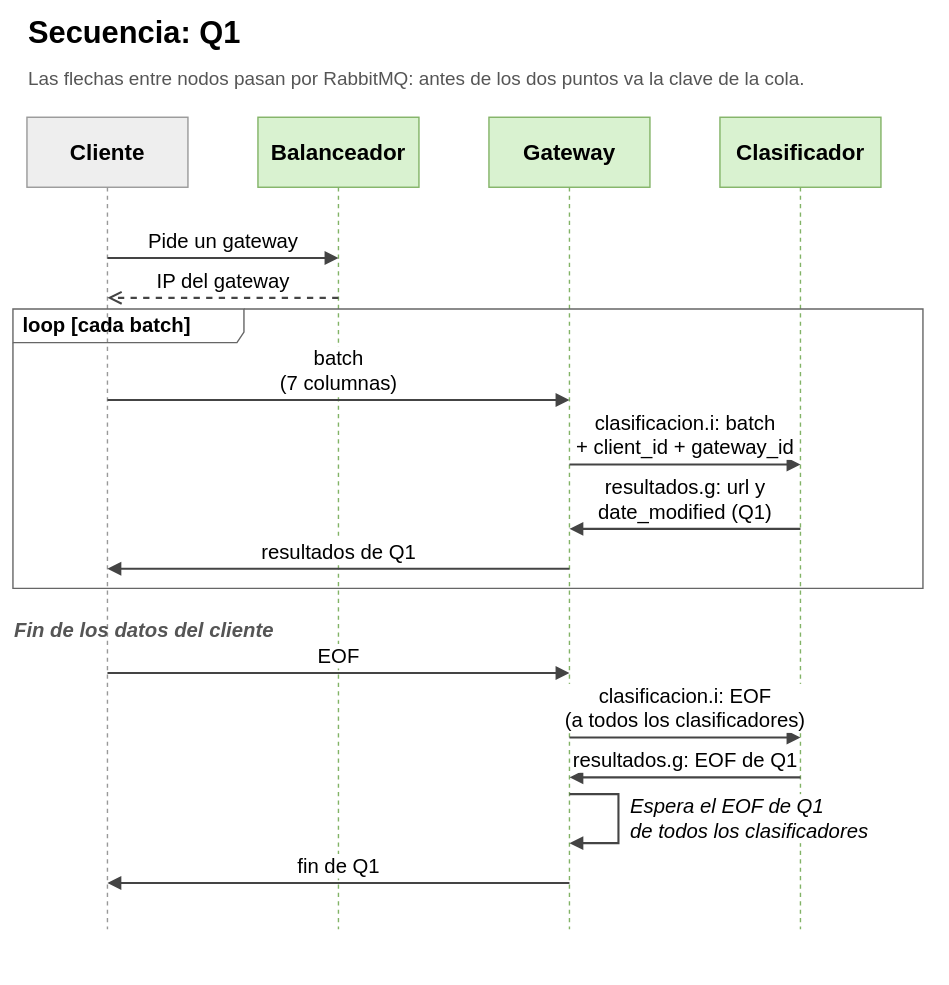
The draw.io diagram page "Secuencia - Q1" (1 of 5) of docs/secuencia.drawio in Cristobal710/tp-final-distribuidos, before the edit. Source tidied: cells renumbered, new cells numbered last; positions are measured from the earlier drawing's top-left corner, leaving out a move shared by most shapes. Both pictures are drawn from the tidied source at 70%, with x=0, y=0 at pixel (13, 12).
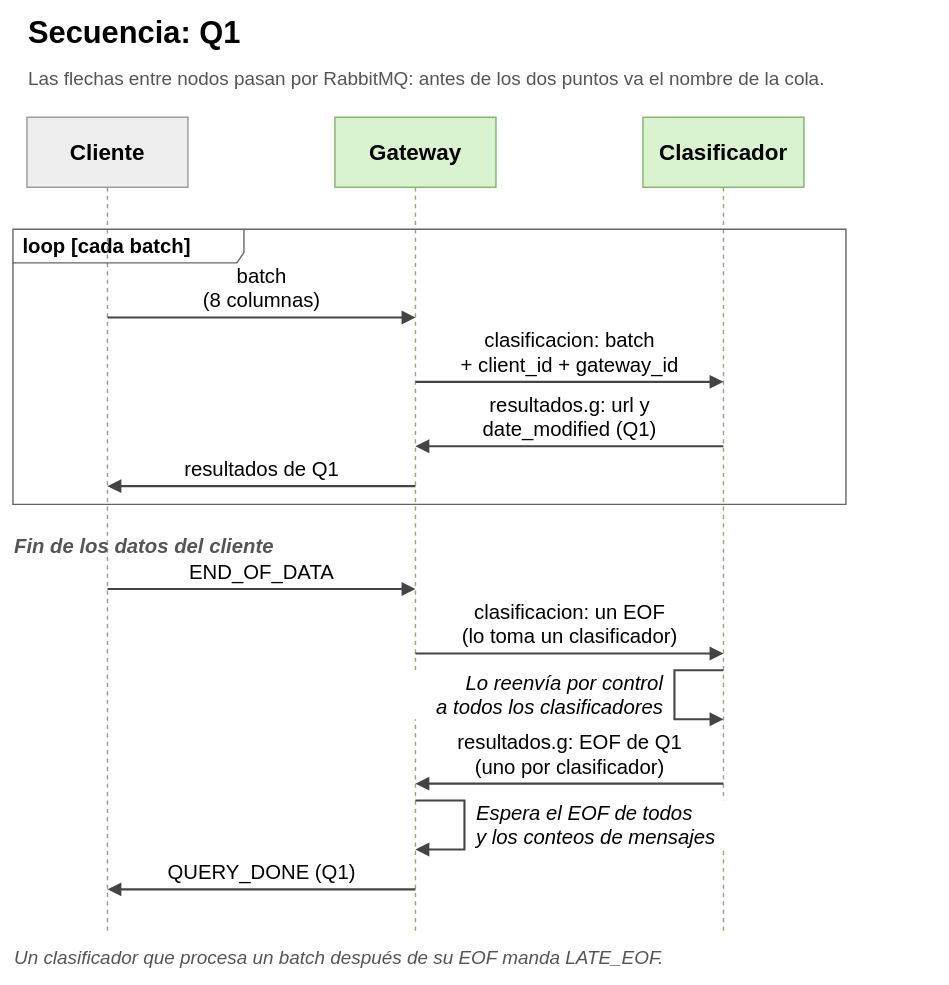
The same page after the edit.

Diff of the diagram source:
```diff
@@
+    <mxCell id="20" value="Cliente" style="shape=umlLifeline;perimeter=lifelinePerimeter;whiteSpace=wrap;html=1;size=100;strokeWidth=2;fontFamily=Calibri;fontSize=32;fontStyle=1;fillColor=#eeeeee;strokeColor=#999999;" parent="1" vertex="1">
+      <mxGeometry x="20" y="150" width="230" height="1163" as="geometry" />
+    </mxCell>
+    <mxCell id="21" value="Gateway" style="shape=umlLifeline;perimeter=lifelinePerimeter;whiteSpace=wrap;html=1;size=100;strokeWidth=2;fontFamily=Calibri;fontSize=32;fontStyle=1;fillColor=#d9f2d0;strokeColor=#82b366;" parent="1" vertex="1">
+      <mxGeometry x="460" y="150" width="230" height="1163" as="geometry" />
+    </mxCell>
-    <mxCell id="2" value="Cliente" style="shape=umlLifeline;perimeter=lifelinePerimeter;whiteSpace=wrap;html=1;size=100;strokeWidth=2;fontFamily=Calibri;fontSize=32;fontStyle=1;fillColor=#eeeeee;strokeColor=#999999;" parent="1" vertex="1">
-      <mxGeometry x="20" y="150" width="230" height="1160" as="geometry" />
+    <mxCell id="2" value="Clasificador" style="shape=umlLifeline;perimeter=lifelinePerimeter;whiteSpace=wrap;html=1;size=100;strokeWidth=2;fontFamily=Calibri;fontSize=32;fontStyle=1;fillColor=#d9f2d0;strokeColor=#82b366;" parent="1" vertex="1">
+      <mxGeometry x="900" y="150" width="230" height="1163" as="geometry" />
     </mxCell>
-    <mxCell id="3" value="Balanceador" style="shape=umlLifeline;perimeter=lifelinePerimeter;whiteSpace=wrap;html=1;size=100;strokeWidth=2;fontFamily=Calibri;fontSize=32;fontStyle=1;fillColor=#d9f2d0;strokeColor=#82b366;" parent="1" vertex="1">
-      <mxGeometry x="350" y="150" width="230" height="1160" as="geometry" />
+    <mxCell id="3" value="&lt;b&gt;Secuencia: Q1&lt;/b&gt;" style="text;html=1;align=left;verticalAlign=middle;fontFamily=Calibri;fontSize=44;" parent="1" vertex="1">
+      <mxGeometry x="20" width="1150" height="60" as="geometry" />
     </mxCell>
-    <mxCell id="4" value="Gateway" style="shape=umlLifeline;perimeter=lifelinePerimeter;whiteSpace=wrap;html=1;size=100;strokeWidth=2;fontFamily=Calibri;fontSize=32;fontStyle=1;fillColor=#d9f2d0;strokeColor=#82b366;" parent="1" vertex="1">
-      <mxGeometry x="680" y="150" width="230" height="1160" as="geometry" />
+    <mxCell id="4" value="Las flechas entre nodos pasan por RabbitMQ: antes de los dos puntos va el nombre de la cola." style="text;html=1;align=left;verticalAlign=middle;whiteSpace=wrap;fontFamily=Calibri;fontSize=27;fontColor=#555555;" parent="1" vertex="1">
+      <mxGeometry x="20" y="65" width="1150" height="60" as="geometry" />
     </mxCell>
-    <mxCell id="5" value="Clasificador" style="shape=umlLifeline;perimeter=lifelinePerimeter;whiteSpace=wrap;html=1;size=100;strokeWidth=2;fontFamily=Calibri;fontSize=32;fontStyle=1;fillColor=#d9f2d0;strokeColor=#82b366;" parent="1" vertex="1">
-      <mxGeometry x="1010" y="150" width="230" height="1160" as="geometry" />
+    <mxCell id="5" value="Un clasificador que procesa un batch después de su EOF manda LATE_EOF." style="text;html=1;align=left;verticalAlign=middle;fontFamily=Calibri;fontSize=27;fontStyle=2;fontColor=#555555;" parent="1" vertex="1">
+      <mxGeometry y="1329" width="1150" height="44" as="geometry" />
     </mxCell>
-    <mxCell id="6" value="&lt;b&gt;Secuencia: Q1&lt;/b&gt;" style="text;html=1;align=left;verticalAlign=middle;fontFamily=Calibri;fontSize=44;" parent="1" vertex="1">
-      <mxGeometry x="20" width="1300" height="60" as="geometry" />
+    <mxCell id="6" value="batch&lt;br&gt;(8 columnas)" style="html=1;verticalAlign=bottom;labelBackgroundColor=#ffffff;strokeWidth=3;strokeColor=#444444;fontFamily=Calibri;fontSize=29;spacingBottom=4;endArrow=block;endFill=1;endSize=12;" parent="1" edge="1">
+      <mxGeometry relative="1" as="geometry">
+        <mxPoint x="135" y="436" as="sourcePoint" />
+        <mxPoint x="575" y="436" as="targetPoint" />
+      </mxGeometry>
     </mxCell>
-    <mxCell id="7" value="Las flechas entre nodos pasan por RabbitMQ: antes de los dos puntos va la clave de la cola." style="text;html=1;align=left;verticalAlign=middle;whiteSpace=wrap;fontFamily=Calibri;fontSize=27;fontColor=#555555;" parent="1" vertex="1">
-      <mxGeometry x="20" y="65" width="1300" height="60" as="geometry" />
+    <mxCell id="7" value="clasificacion: batch&lt;br&gt;+ client_id + gateway_id" style="html=1;verticalAlign=bottom;labelBackgroundColor=#ffffff;strokeWidth=3;strokeColor=#444444;fontFamily=Calibri;fontSize=29;spacingBottom=4;endArrow=block;endFill=1;endSize=12;" parent="1" edge="1">
+      <mxGeometry relative="1" as="geometry">
+        <mxPoint x="575" y="528" as="sourcePoint" />
+        <mxPoint x="1015" y="528" as="targetPoint" />
+      </mxGeometry>
     </mxCell>
-    <mxCell id="8" value="Pide un gateway" style="html=1;verticalAlign=bottom;labelBackgroundColor=#ffffff;strokeWidth=3;strokeColor=#444444;fontFamily=Calibri;fontSize=29;spacingBottom=4;endArrow=block;endFill=1;endSize=12;" parent="1" edge="1">
+    <mxCell id="8" value="resultados.g: url y&lt;br&gt;date_modified (Q1)" style="html=1;verticalAlign=bottom;labelBackgroundColor=#ffffff;strokeWidth=3;strokeColor=#444444;fontFamily=Calibri;fontSize=29;spacingBottom=4;endArrow=block;endFill=1;endSize=12;" parent="1" edge="1">
       <mxGeometry relative="1" as="geometry">
-        <mxPoint x="135" y="351" as="sourcePoint" />
-        <mxPoint x="465" y="351" as="targetPoint" />
+        <mxPoint x="1015" y="620" as="sourcePoint" />
+        <mxPoint x="575" y="620" as="targetPoint" />
       </mxGeometry>
     </mxCell>
-    <mxCell id="9" value="IP del gateway" style="html=1;verticalAlign=bottom;labelBackgroundColor=#ffffff;strokeWidth=3;strokeColor=#444444;fontFamily=Calibri;fontSize=29;spacingBottom=4;dashed=1;endArrow=open;endFill=0;endSize=14;" parent="1" edge="1">
+    <mxCell id="9" value="resultados de Q1" style="html=1;verticalAlign=bottom;labelBackgroundColor=#ffffff;strokeWidth=3;strokeColor=#444444;fontFamily=Calibri;fontSize=29;spacingBottom=4;endArrow=block;endFill=1;endSize=12;" parent="1" edge="1">
       <mxGeometry relative="1" as="geometry">
-        <mxPoint x="465" y="408" as="sourcePoint" />
-        <mxPoint x="135" y="408" as="targetPoint" />
+        <mxPoint x="575" y="677" as="sourcePoint" />
+        <mxPoint x="135" y="677" as="targetPoint" />
       </mxGeometry>
     </mxCell>
-    <mxCell id="10" value="batch&lt;br&gt;(7 columnas)" style="html=1;verticalAlign=bottom;labelBackgroundColor=#ffffff;strokeWidth=3;strokeColor=#444444;fontFamily=Calibri;fontSize=29;spacingBottom=4;endArrow=block;endFill=1;endSize=12;" parent="1" edge="1">
-      <mxGeometry relative="1" as="geometry">
-        <mxPoint x="135" y="554" as="sourcePoint" />
-        <mxPoint x="795" y="554" as="targetPoint" />
-      </mxGeometry>
+    <mxCell id="10" value="loop [cada batch]" style="shape=umlFrame;whiteSpace=wrap;html=1;width=330;height=48;boundedLbl=1;verticalAlign=middle;align=left;spacingLeft=12;strokeWidth=2;strokeColor=#666666;fillColor=none;fontFamily=Calibri;fontSize=29;fontStyle=1;" parent="1" vertex="1">
+      <mxGeometry y="310" width="1190" height="393" as="geometry" />
     </mxCell>
-    <mxCell id="11" value="clasificacion.i: batch&lt;br&gt;+ client_id + gateway_id" style="html=1;verticalAlign=bottom;labelBackgroundColor=#ffffff;strokeWidth=3;strokeColor=#444444;fontFamily=Calibri;fontSize=29;spacingBottom=4;endArrow=block;endFill=1;endSize=12;" parent="1" edge="1">
-      <mxGeometry relative="1" as="geometry">
-        <mxPoint x="795" y="646" as="sourcePoint" />
-        <mxPoint x="1125" y="646" as="targetPoint" />
-      </mxGeometry>
+    <mxCell id="11" value="Fin de los datos del cliente" style="text;html=1;align=left;verticalAlign=middle;fontFamily=Calibri;fontSize=29;fontStyle=3;fontColor=#555555;" parent="1" vertex="1">
+      <mxGeometry y="741" width="1150" height="44" as="geometry" />
     </mxCell>
-    <mxCell id="12" value="resultados.g: url y&lt;br&gt;date_modified (Q1)" style="html=1;verticalAlign=bottom;labelBackgroundColor=#ffffff;strokeWidth=3;strokeColor=#444444;fontFamily=Calibri;fontSize=29;spacingBottom=4;endArrow=block;endFill=1;endSize=12;" parent="1" edge="1">
+    <mxCell id="12" value="END_OF_DATA" style="html=1;verticalAlign=bottom;labelBackgroundColor=#ffffff;strokeWidth=3;strokeColor=#444444;fontFamily=Calibri;fontSize=29;spacingBottom=4;endArrow=block;endFill=1;endSize=12;" parent="1" edge="1">
       <mxGeometry relative="1" as="geometry">
-        <mxPoint x="1125" y="738" as="sourcePoint" />
-        <mxPoint x="795" y="738" as="targetPoint" />
+        <mxPoint x="135" y="824" as="sourcePoint" />
+        <mxPoint x="575" y="824" as="targetPoint" />
       </mxGeometry>
     </mxCell>
-    <mxCell id="13" value="resultados de Q1" style="html=1;verticalAlign=bottom;labelBackgroundColor=#ffffff;strokeWidth=3;strokeColor=#444444;fontFamily=Calibri;fontSize=29;spacingBottom=4;endArrow=block;endFill=1;endSize=12;" parent="1" edge="1">
+    <mxCell id="13" value="clasificacion: un EOF&lt;br&gt;(lo toma un clasificador)" style="html=1;verticalAlign=bottom;labelBackgroundColor=#ffffff;strokeWidth=3;strokeColor=#444444;fontFamily=Calibri;fontSize=29;spacingBottom=4;endArrow=block;endFill=1;endSize=12;" parent="1" edge="1">
       <mxGeometry relative="1" as="geometry">
-        <mxPoint x="795" y="795" as="sourcePoint" />
-        <mxPoint x="135" y="795" as="targetPoint" />
+        <mxPoint x="575" y="916" as="sourcePoint" />
+        <mxPoint x="1015" y="916" as="targetPoint" />
       </mxGeometry>
     </mxCell>
-    <mxCell id="14" value="loop [cada batch]" style="shape=umlFrame;whiteSpace=wrap;html=1;width=330;height=48;boundedLbl=1;verticalAlign=middle;align=left;spacingLeft=12;strokeWidth=2;strokeColor=#666666;fillColor=none;fontFamily=Calibri;fontSize=29;fontStyle=1;" parent="1" vertex="1">
-      <mxGeometry y="424" width="1300" height="399" as="geometry" />
+    <mxCell id="14" style="html=1;rounded=0;strokeWidth=3;strokeColor=#444444;endArrow=block;endFill=1;endSize=12;" parent="1" edge="1">
+      <mxGeometry relative="1" as="geometry">
+        <mxPoint x="1015" y="940" as="sourcePoint" />
+        <mxPoint x="1015" y="1010" as="targetPoint" />
+        <Array as="points">
+          <mxPoint x="945" y="940" />
+          <mxPoint x="945" y="1010" />
+        </Array>
+      </mxGeometry>
     </mxCell>
-    <mxCell id="15" value="Fin de los datos del cliente" style="text;html=1;align=left;verticalAlign=middle;fontFamily=Calibri;fontSize=29;fontStyle=3;fontColor=#555555;" parent="1" vertex="1">
-      <mxGeometry y="861" width="1320" height="44" as="geometry" />
+    <mxCell id="15" value="Lo reenvía por control&lt;br&gt;a todos los clasificadores" style="text;html=1;align=right;verticalAlign=middle;fontFamily=Calibri;fontSize=29;fontStyle=2;fillColor=#ffffff;" parent="1" vertex="1">
+      <mxGeometry x="490" y="940" width="440" height="70" as="geometry" />
     </mxCell>
-    <mxCell id="16" value="EOF" style="html=1;verticalAlign=bottom;labelBackgroundColor=#ffffff;strokeWidth=3;strokeColor=#444444;fontFamily=Calibri;fontSize=29;spacingBottom=4;endArrow=block;endFill=1;endSize=12;" parent="1" edge="1">
+    <mxCell id="16" value="resultados.g: EOF de Q1&lt;br&gt;(uno por clasificador)" style="html=1;verticalAlign=bottom;labelBackgroundColor=#ffffff;strokeWidth=3;strokeColor=#444444;fontFamily=Calibri;fontSize=29;spacingBottom=4;endArrow=block;endFill=1;endSize=12;" parent="1" edge="1">
       <mxGeometry relative="1" as="geometry">
-        <mxPoint x="135" y="944" as="sourcePoint" />
-        <mxPoint x="795" y="944" as="targetPoint" />
+        <mxPoint x="1015" y="1102" as="sourcePoint" />
+        <mxPoint x="575" y="1102" as="targetPoint" />
       </mxGeometry>
     </mxCell>
-    <mxCell id="17" value="clasificacion.i: EOF&lt;br&gt;(a todos los clasificadores)" style="html=1;verticalAlign=bottom;labelBackgroundColor=#ffffff;strokeWidth=3;strokeColor=#444444;fontFamily=Calibri;fontSize=29;spacingBottom=4;endArrow=block;endFill=1;endSize=12;" parent="1" edge="1">
+    <mxCell id="17" style="html=1;rounded=0;strokeWidth=3;strokeColor=#444444;endArrow=block;endFill=1;endSize=12;" parent="1" edge="1">
       <mxGeometry relative="1" as="geometry">
-        <mxPoint x="795" y="1036" as="sourcePoint" />
-        <mxPoint x="1125" y="1036" as="targetPoint" />
+        <mxPoint x="575" y="1126" as="sourcePoint" />
+        <mxPoint x="575" y="1196" as="targetPoint" />
+        <Array as="points">
+          <mxPoint x="645" y="1126" />
+          <mxPoint x="645" y="1196" />
+        </Array>
       </mxGeometry>
     </mxCell>
-    <mxCell id="18" value="resultados.g: EOF de Q1" style="html=1;verticalAlign=bottom;labelBackgroundColor=#ffffff;strokeWidth=3;strokeColor=#444444;fontFamily=Calibri;fontSize=29;spacingBottom=4;endArrow=block;endFill=1;endSize=12;" parent="1" edge="1">
-      <mxGeometry relative="1" as="geometry">
-        <mxPoint x="1125" y="1093" as="sourcePoint" />
-        <mxPoint x="795" y="1093" as="targetPoint" />
-      </mxGeometry>
+    <mxCell id="18" value="Espera el EOF de todos&lt;br&gt;y los conteos de mensajes" style="text;html=1;align=left;verticalAlign=middle;fontFamily=Calibri;fontSize=29;fontStyle=2;fillColor=#ffffff;" parent="1" vertex="1">
+      <mxGeometry x="660" y="1126" width="440" height="70" as="geometry" />
     </mxCell>
-    <mxCell id="19" style="html=1;rounded=0;strokeWidth=3;strokeColor=#444444;endArrow=block;endFill=1;endSize=12;" parent="1" edge="1">
+    <mxCell id="19" value="QUERY_DONE (Q1)" style="html=1;verticalAlign=bottom;labelBackgroundColor=#ffffff;strokeWidth=3;strokeColor=#444444;fontFamily=Calibri;fontSize=29;spacingBottom=4;endArrow=block;endFill=1;endSize=12;" parent="1" edge="1">
       <mxGeometry relative="1" as="geometry">
-        <mxPoint x="795" y="1117" as="sourcePoint" />
-        <mxPoint x="795" y="1187" as="targetPoint" />
-        <Array as="points">
-          <mxPoint x="865" y="1117" />
-          <mxPoint x="865" y="1187" />
-        </Array>
+        <mxPoint x="575" y="1253" as="sourcePoint" />
+        <mxPoint x="135" y="1253" as="targetPoint" />
       </mxGeometry>
     </mxCell>
-    <mxCell id="20" value="Espera el EOF de Q1&lt;br&gt;de todos los clasificadores" style="text;html=1;align=left;verticalAlign=middle;fontFamily=Calibri;fontSize=29;fontStyle=2;fillColor=#ffffff;" parent="1" vertex="1">
-      <mxGeometry x="880" y="1117" width="440" height="70" as="geometry" />
-    </mxCell>
-    <mxCell id="21" value="fin de Q1" style="html=1;verticalAlign=bottom;labelBackgroundColor=#ffffff;strokeWidth=3;strokeColor=#444444;fontFamily=Calibri;fontSize=29;spacingBottom=4;endArrow=block;endFill=1;endSize=12;" parent="1" edge="1">
-      <mxGeometry relative="1" as="geometry">
-        <mxPoint x="795" y="1244" as="sourcePoint" />
-        <mxPoint x="135" y="1244" as="targetPoint" />
-      </mxGeometry>
-    </mxCell>
```
